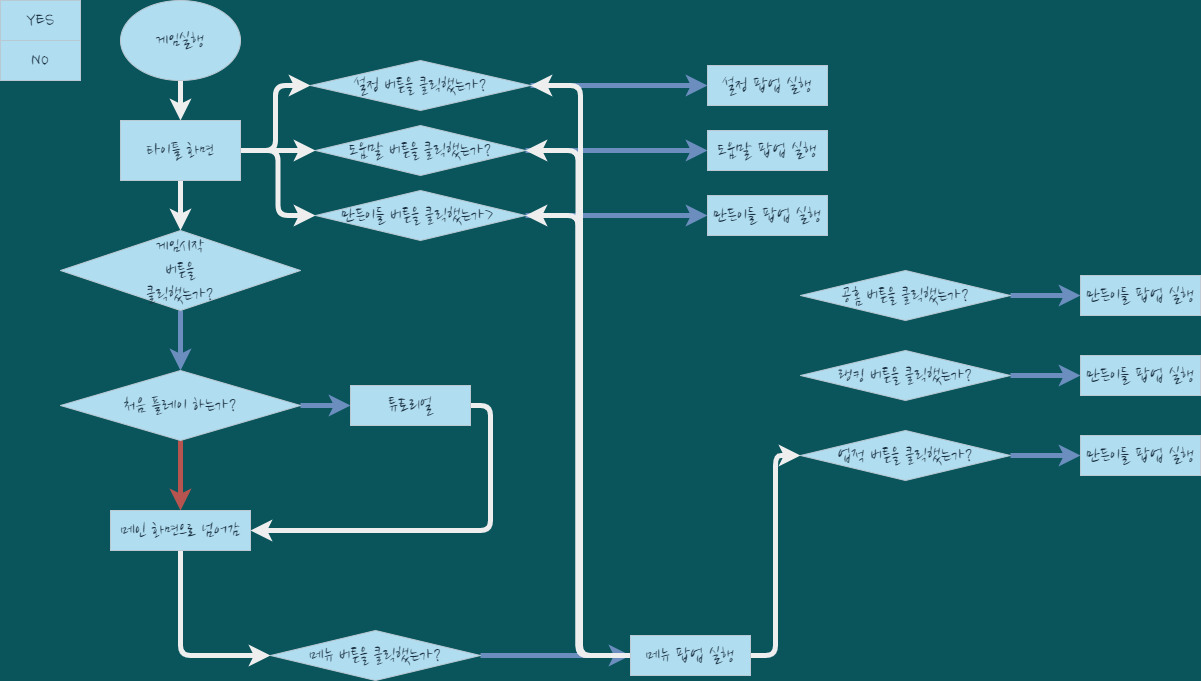
Above: gameplay_flowchat.drawio.png in kinesis19/stac_project_SME (draw.io), before the change. Source tidied: cells renumbered, new cells last; positions are measured from the earlier drawing's top-left corner, leaving out a move shared by most shapes.
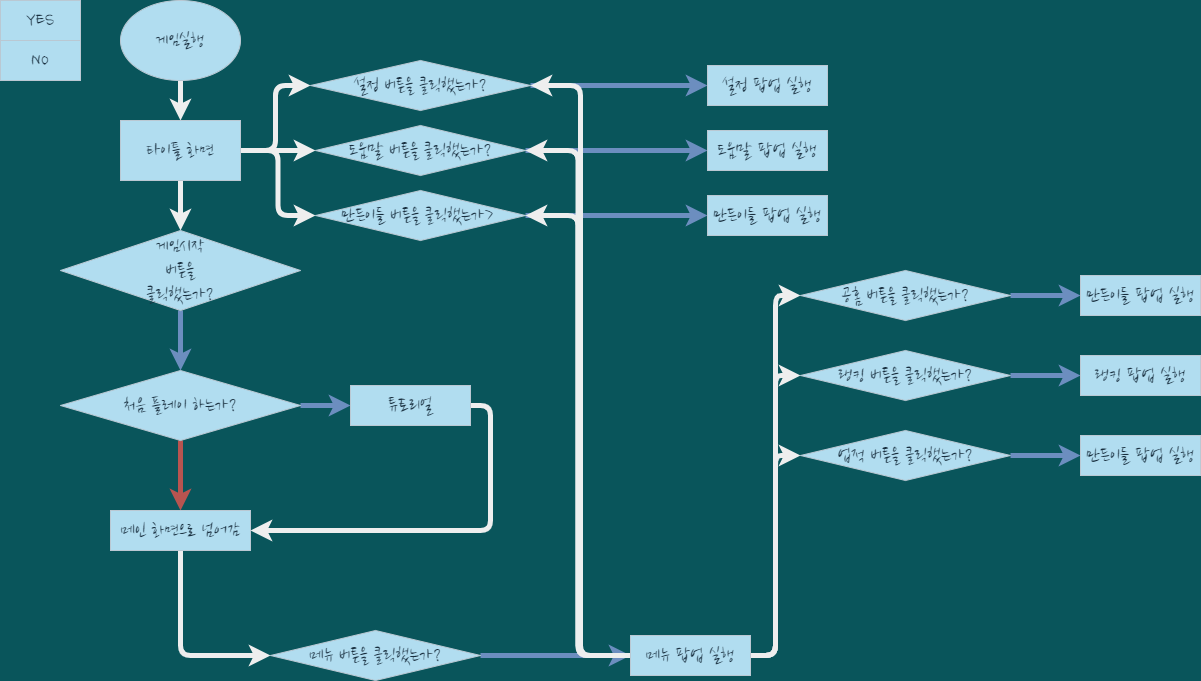
After the commit.

The edit, as a diff of the source:
```diff
@@ -103,6 +103,12 @@
     <mxCell id="34" style="edgeStyle=orthogonalEdgeStyle;curved=0;rounded=1;sketch=0;jettySize=auto;html=1;entryX=0;entryY=0.5;entryDx=0;entryDy=0;fontColor=#FFFFFF;strokeColor=#EEEEEE;strokeWidth=5;" parent="1" edge="1" source="35" target="36">
       <mxGeometry relative="1" as="geometry" />
     </mxCell>
+    <mxCell id="45" style="edgeStyle=orthogonalEdgeStyle;curved=0;rounded=1;sketch=0;jettySize=auto;html=1;exitX=1;exitY=0.5;exitDx=0;exitDy=0;entryX=0;entryY=0.5;entryDx=0;entryDy=0;fontColor=#FFFFFF;strokeColor=#EEEEEE;strokeWidth=5;" parent="1" edge="1" source="35" target="37">
+      <mxGeometry relative="1" as="geometry" />
+    </mxCell>
+    <mxCell id="46" style="edgeStyle=orthogonalEdgeStyle;curved=0;rounded=1;sketch=0;jettySize=auto;html=1;exitX=1;exitY=0.5;exitDx=0;exitDy=0;entryX=0;entryY=0.5;entryDx=0;entryDy=0;fontColor=#FFFFFF;strokeColor=#EEEEEE;strokeWidth=5;" parent="1" edge="1" source="35" target="39">
+      <mxGeometry relative="1" as="geometry" />
+    </mxCell>
     <mxCell id="35" value="메뉴 팝업 실행" style="rounded=0;whiteSpace=wrap;html=1;sketch=0;fontFamily=Nanum Brush Script;fontSource=https%3A%2F%2Ffonts.googleapis.com%2Fcss%3Ffamily%3DNanum%2BBrush%2BScript;fontSize=20;fillColor=#B1DDF0;strokeColor=#BAC8D3;fontColor=#182E3E;" parent="1" vertex="1">
       <mxGeometry x="630" y="635" width="120" height="40" as="geometry" />
     </mxCell>
@@ -126,7 +132,7 @@
         <mxPoint x="1010" y="375" as="sourcePoint" />
       </mxGeometry>
     </mxCell>
-    <mxCell id="42" value="만든이들 팝업 실행" style="rounded=0;whiteSpace=wrap;html=1;sketch=0;fontFamily=Nanum Brush Script;fontSource=https%3A%2F%2Ffonts.googleapis.com%2Fcss%3Ffamily%3DNanum%2BBrush%2BScript;fontSize=20;fillColor=#B1DDF0;strokeColor=#BAC8D3;fontColor=#182E3E;" parent="1" vertex="1">
+    <mxCell id="42" value="랭킹 팝업 실행" style="rounded=0;whiteSpace=wrap;html=1;sketch=0;fontFamily=Nanum Brush Script;fontSource=https%3A%2F%2Ffonts.googleapis.com%2Fcss%3Ffamily%3DNanum%2BBrush%2BScript;fontSize=20;fillColor=#B1DDF0;strokeColor=#BAC8D3;fontColor=#182E3E;" parent="1" vertex="1">
       <mxGeometry x="1080" y="355" width="120" height="40" as="geometry" />
     </mxCell>
     <mxCell id="43" style="edgeStyle=orthogonalEdgeStyle;curved=0;rounded=1;sketch=0;jettySize=auto;html=1;exitX=1;exitY=0.5;exitDx=0;exitDy=0;entryX=0;entryY=0.5;entryDx=0;entryDy=0;fontColor=#FFFFFF;strokeColor=#6c8ebf;strokeWidth=5;fillColor=#dae8fc;gradientColor=#7ea6e0;" parent="1" edge="1" target="44">
```
